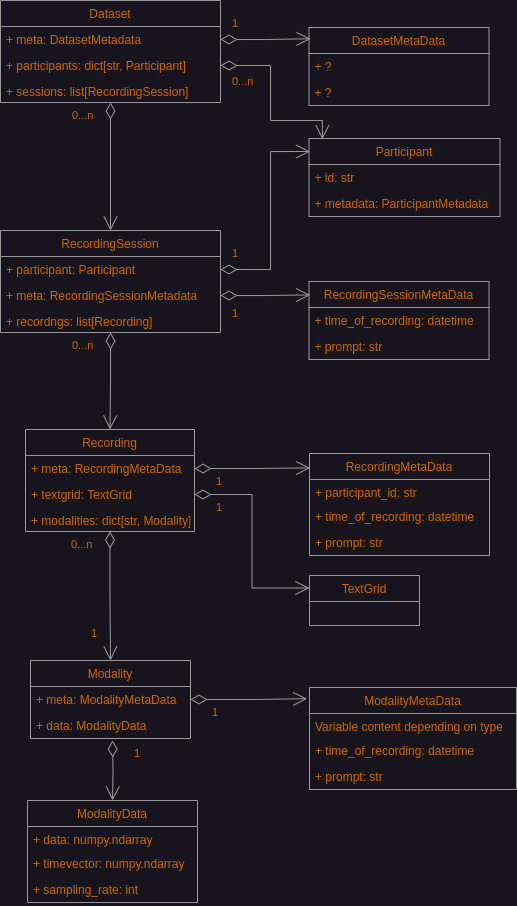
Before: docs/core_data_structures.drawio.png, a diagram exported from draw.io (giuthas/satkit). Source tidied: cells renumbered, new cells last; positions are measured from the earlier drawing's top-left corner, leaving out a move shared by most shapes.
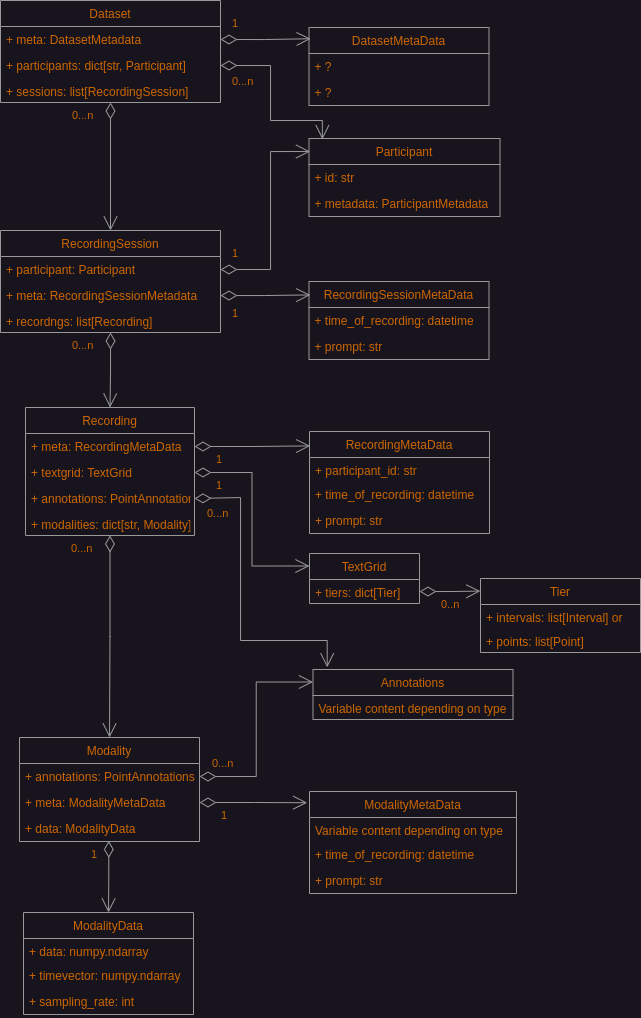
The same diagram one commit later.

Commit message:
Updated the core data structure docs and the database class docs.

What changed in the source:
```diff
@@ -3,7 +3,7 @@
     <mxCell id="0" />
     <mxCell id="1" parent="0" />
     <mxCell id="2" value="Recording" style="swimlane;fontStyle=0;horizontal=1;startSize=26;fillColor=none;labelBorderColor=none;fontColor=#CC6600;strokeColor=#999999;" parent="1" vertex="1">
-      <mxGeometry x="25" y="429" width="169" height="102" as="geometry" />
+      <mxGeometry x="25" y="407" width="169" height="128" as="geometry" />
     </mxCell>
     <mxCell id="3" value="+ meta: RecordingMetaData" style="text;strokeColor=none;fillColor=none;align=left;verticalAlign=top;spacingLeft=4;spacingRight=4;overflow=hidden;points=[[0,0.5],[1,0.5]];portConstraint=eastwest;labelBorderColor=none;fontColor=#CC6600;" parent="2" vertex="1">
       <mxGeometry y="26" width="169" height="26" as="geometry" />
@@ -11,20 +11,26 @@
     <mxCell id="4" value="+ textgrid: TextGrid" style="text;strokeColor=none;fillColor=none;align=left;verticalAlign=top;spacingLeft=4;spacingRight=4;overflow=hidden;points=[[0,0.5],[1,0.5]];portConstraint=eastwest;labelBorderColor=none;fontColor=#CC6600;snapToPoint=1;" parent="2" vertex="1">
       <mxGeometry y="52" width="169" height="26" as="geometry" />
     </mxCell>
+    <mxCell id="62" value="+ annotations: PointAnnotations" style="text;strokeColor=none;fillColor=none;align=left;verticalAlign=top;spacingLeft=4;spacingRight=4;overflow=hidden;points=[[0,0.5],[1,0.5]];portConstraint=eastwest;labelBorderColor=none;fontColor=#CC6600;" parent="2" vertex="1">
+      <mxGeometry y="78" width="169" height="26" as="geometry" />
+    </mxCell>
     <mxCell id="5" value="+ modalities: dict[str, Modality]" style="text;strokeColor=none;fillColor=none;align=left;verticalAlign=top;spacingLeft=4;spacingRight=4;overflow=hidden;labelBorderColor=none;fontColor=#CC6600;" parent="2" vertex="1">
-      <mxGeometry y="78" width="169" height="24" as="geometry" />
+      <mxGeometry y="104" width="169" height="24" as="geometry" />
     </mxCell>
     <mxCell id="6" value="Modality" style="swimlane;fontStyle=0;horizontal=1;startSize=26;fillColor=none;labelBorderColor=none;strokeColor=#999999;fontColor=#CC6600;" parent="1" vertex="1">
-      <mxGeometry x="30" y="660" width="160" height="78" as="geometry" />
+      <mxGeometry x="19" y="737" width="180" height="104" as="geometry" />
     </mxCell>
-    <mxCell id="7" value="+ meta: ModalityMetaData" style="text;strokeColor=none;fillColor=none;align=left;verticalAlign=top;spacingLeft=4;spacingRight=4;overflow=hidden;points=[[0,0.5],[1,0.5]];portConstraint=eastwest;labelBorderColor=none;fontColor=#CC6600;" parent="6" vertex="1">
-      <mxGeometry y="26" width="160" height="26" as="geometry" />
+    <mxCell id="7" value="+ annotations: PointAnnotations" style="text;strokeColor=none;fillColor=none;align=left;verticalAlign=top;spacingLeft=4;spacingRight=4;overflow=hidden;points=[[0,0.5],[1,0.5]];portConstraint=eastwest;labelBorderColor=none;fontColor=#CC6600;" parent="6" vertex="1">
+      <mxGeometry y="26" width="180" height="26" as="geometry" />
     </mxCell>
+    <mxCell id="63" value="+ meta: ModalityMetaData" style="text;strokeColor=none;fillColor=none;align=left;verticalAlign=top;spacingLeft=4;spacingRight=4;overflow=hidden;points=[[0,0.5],[1,0.5]];portConstraint=eastwest;labelBorderColor=none;fontColor=#CC6600;" parent="6" vertex="1">
+      <mxGeometry y="52" width="180" height="26" as="geometry" />
+    </mxCell>
     <mxCell id="8" value="+ data: ModalityData" style="text;strokeColor=none;fillColor=none;align=left;verticalAlign=top;spacingLeft=4;spacingRight=4;overflow=hidden;points=[[0,0.5],[1,0.5]];portConstraint=eastwest;labelBorderColor=none;fontColor=#CC6600;" parent="6" vertex="1">
-      <mxGeometry y="52" width="160" height="26" as="geometry" />
+      <mxGeometry y="78" width="180" height="26" as="geometry" />
     </mxCell>
     <mxCell id="9" value="ModalityData" style="swimlane;fontStyle=0;horizontal=1;startSize=26;fillColor=none;labelBorderColor=none;strokeColor=#999999;fontColor=#CC6600;" parent="1" vertex="1">
-      <mxGeometry x="27" y="800" width="170" height="102" as="geometry" />
+      <mxGeometry x="23" y="912" width="170" height="102" as="geometry" />
     </mxCell>
     <mxCell id="10" value="+ data: numpy.ndarray" style="text;strokeColor=none;fillColor=none;align=left;verticalAlign=top;spacingLeft=4;spacingRight=4;overflow=hidden;labelBorderColor=none;fontColor=#CC6600;" parent="9" vertex="1">
       <mxGeometry y="26" width="170" height="24" as="geometry" />
@@ -36,7 +42,7 @@
       <mxGeometry y="76" width="170" height="26" as="geometry" />
     </mxCell>
     <mxCell id="13" value="RecordingMetaData" style="swimlane;fontStyle=0;horizontal=1;startSize=26;fillColor=none;labelBorderColor=none;strokeColor=#999999;fontColor=#CC6600;" parent="1" vertex="1">
-      <mxGeometry x="309" y="453" width="180" height="102" as="geometry" />
+      <mxGeometry x="309" y="431" width="180" height="102" as="geometry" />
     </mxCell>
     <mxCell id="14" value="+ participant_id: str" style="text;strokeColor=none;fillColor=none;align=left;verticalAlign=top;spacingLeft=4;spacingRight=4;overflow=hidden;labelBorderColor=none;fontColor=#CC6600;" parent="13" vertex="1">
       <mxGeometry y="26" width="180" height="24" as="geometry" />
@@ -48,8 +54,11 @@
       <mxGeometry y="76" width="180" height="26" as="geometry" />
     </mxCell>
     <mxCell id="17" value="TextGrid" style="swimlane;fontStyle=0;horizontal=1;startSize=26;fillColor=none;labelBorderColor=none;strokeColor=#999999;fontColor=#CC6600;" parent="1" vertex="1">
-      <mxGeometry x="309" y="575" width="110" height="50" as="geometry" />
+      <mxGeometry x="309" y="553" width="110" height="50" as="geometry" />
     </mxCell>
+    <mxCell id="64" value="+ tiers: dict[Tier]" style="text;strokeColor=none;fillColor=none;align=left;verticalAlign=top;spacingLeft=4;spacingRight=4;overflow=hidden;points=[[0,0.5],[1,0.5]];portConstraint=eastwest;labelBorderColor=none;fontColor=#CC6600;" parent="17" vertex="1">
+      <mxGeometry y="26" width="110" height="24" as="geometry" />
+    </mxCell>
     <mxCell id="18" style="endArrow=open;html=1;endSize=12;startArrow=diamondThin;startSize=14;startFill=0;edgeStyle=orthogonalEdgeStyle;rounded=0;fontColor=#CC6600;exitX=1;exitY=0.5;exitDx=0;exitDy=0;entryX=0;entryY=0.25;entryDx=0;entryDy=0;strokeColor=#999999;" parent="1" edge="1" source="4" target="17">
       <mxGeometry relative="1" as="geometry" />
     </mxCell>
@@ -66,19 +75,6 @@
         <mxPoint x="-40" as="offset" />
       </mxGeometry>
     </mxCell>
-    <mxCell id="22" value="1" style="edgeLabel;html=1;align=left;verticalAlign=top;labelBorderColor=none;strokeColor=#999999;fontColor=#CC6600;fillColor=none;labelBackgroundColor=none;" parent="1" vertex="1">
-      <mxGeometry x="89" y="620" as="geometry" />
-    </mxCell>
-    <mxCell id="23" style="endArrow=open;html=1;endSize=12;startArrow=diamondThin;startSize=14;startFill=0;edgeStyle=orthogonalEdgeStyle;rounded=0;fontColor=#CC6600;entryX=0.5;entryY=0;entryDx=0;entryDy=0;strokeColor=#999999;" parent="1" edge="1" target="9">
-      <mxGeometry relative="1" as="geometry">
-        <mxPoint x="112" y="740" as="sourcePoint" />
-      </mxGeometry>
-    </mxCell>
-    <mxCell id="24" value="1" style="edgeLabel;html=1;align=left;verticalAlign=top;labelBorderColor=none;strokeColor=#999999;fontColor=#CC6600;fillColor=none;labelBackgroundColor=none;" parent="23" vertex="1">
-      <mxGeometry x="-1" relative="1" as="geometry">
-        <mxPoint x="20" as="offset" />
-      </mxGeometry>
-    </mxCell>
     <mxCell id="25" style="endArrow=open;html=1;endSize=12;startArrow=diamondThin;startSize=14;startFill=0;edgeStyle=orthogonalEdgeStyle;rounded=0;fontColor=#CC6600;entryX=0.004;entryY=0.141;entryDx=0;entryDy=0;strokeColor=#999999;exitX=1;exitY=0.5;exitDx=0;exitDy=0;entryPerimeter=0;" parent="1" edge="1" source="3" target="13">
       <mxGeometry relative="1" as="geometry" />
     </mxCell>
@@ -190,7 +186,7 @@
       <mxGeometry x="230" y="300" as="geometry" />
     </mxCell>
     <mxCell id="56" value="ModalityMetaData" style="swimlane;fontStyle=0;horizontal=1;startSize=26;fillColor=none;labelBorderColor=none;strokeColor=#999999;fontColor=#CC6600;" parent="1" vertex="1">
-      <mxGeometry x="309" y="687" width="207" height="102" as="geometry" />
+      <mxGeometry x="309" y="791" width="207" height="102" as="geometry" />
     </mxCell>
     <mxCell id="57" value="Variable content depending on type" style="text;strokeColor=none;fillColor=none;align=left;verticalAlign=top;spacingLeft=4;spacingRight=4;overflow=hidden;labelBorderColor=none;fontColor=#CC6600;" parent="56" vertex="1">
       <mxGeometry y="26" width="207" height="24" as="geometry" />
@@ -201,7 +197,7 @@
     <mxCell id="59" value="+ prompt: str" style="text;strokeColor=none;fillColor=none;align=left;verticalAlign=top;spacingLeft=4;spacingRight=4;overflow=hidden;labelBorderColor=none;fontColor=#CC6600;" parent="56" vertex="1">
       <mxGeometry y="76" width="207" height="26" as="geometry" />
     </mxCell>
-    <mxCell id="60" style="endArrow=open;html=1;endSize=12;startArrow=diamondThin;startSize=14;startFill=0;edgeStyle=orthogonalEdgeStyle;rounded=0;fontColor=#CC6600;entryX=-0.011;entryY=0.11;entryDx=0;entryDy=0;strokeColor=#999999;exitX=1;exitY=0.5;exitDx=0;exitDy=0;entryPerimeter=0;" parent="1" edge="1" source="7" target="56">
+    <mxCell id="60" style="endArrow=open;html=1;endSize=12;startArrow=diamondThin;startSize=14;startFill=0;edgeStyle=orthogonalEdgeStyle;rounded=0;fontColor=#CC6600;entryX=-0.011;entryY=0.11;entryDx=0;entryDy=0;strokeColor=#999999;exitX=1;exitY=0.5;exitDx=0;exitDy=0;entryPerimeter=0;" parent="1" edge="1" source="63" target="56">
       <mxGeometry relative="1" as="geometry" />
     </mxCell>
     <mxCell id="61" value="1" style="edgeLabel;html=1;align=left;verticalAlign=top;labelBorderColor=none;strokeColor=#999999;fontColor=#CC6600;fillColor=none;labelBackgroundColor=none;" parent="60" vertex="1">
@@ -209,5 +205,54 @@
         <mxPoint x="20" as="offset" />
       </mxGeometry>
     </mxCell>
+    <mxCell id="65" value="Tier" style="swimlane;fontStyle=0;horizontal=1;startSize=26;fillColor=none;labelBorderColor=none;strokeColor=#999999;fontColor=#CC6600;" parent="1" vertex="1">
+      <mxGeometry x="480" y="578" width="160" height="74" as="geometry" />
+    </mxCell>
+    <mxCell id="66" value="+ intervals: list[Interval] or" style="text;strokeColor=none;fillColor=none;align=left;verticalAlign=top;spacingLeft=4;spacingRight=4;overflow=hidden;labelBorderColor=none;fontColor=#CC6600;" parent="65" vertex="1">
+      <mxGeometry y="26" width="160" height="24" as="geometry" />
+    </mxCell>
+    <mxCell id="67" value="+ points: list[Point]" style="text;strokeColor=none;fillColor=none;align=left;verticalAlign=top;spacingLeft=4;spacingRight=4;overflow=hidden;labelBorderColor=none;fontColor=#CC6600;" parent="65" vertex="1">
+      <mxGeometry y="50" width="160" height="24" as="geometry" />
+    </mxCell>
+    <mxCell id="68" style="endArrow=open;html=1;endSize=12;startArrow=diamondThin;startSize=14;startFill=0;edgeStyle=orthogonalEdgeStyle;rounded=0;fontColor=#CC6600;exitX=1;exitY=0.5;exitDx=0;exitDy=0;entryX=-0.001;entryY=0.17;entryDx=0;entryDy=0;strokeColor=#999999;entryPerimeter=0;" parent="1" edge="1" source="64" target="65">
+      <mxGeometry relative="1" as="geometry" />
+    </mxCell>
+    <mxCell id="69" value="0..n" style="edgeLabel;html=1;align=left;verticalAlign=top;labelBorderColor=none;strokeColor=#999999;fontColor=#CC6600;fillColor=none;labelBackgroundColor=none;" parent="68" vertex="1">
+      <mxGeometry x="-1" relative="1" as="geometry">
+        <mxPoint x="20" as="offset" />
+      </mxGeometry>
+    </mxCell>
+    <mxCell id="70" value="Annotations" style="swimlane;fontStyle=0;horizontal=1;startSize=26;fillColor=none;labelBorderColor=none;strokeColor=#999999;fontColor=#CC6600;" parent="1" vertex="1">
+      <mxGeometry x="312.5" y="669" width="200" height="50" as="geometry" />
+    </mxCell>
+    <mxCell id="71" value="Variable content depending on type" style="text;strokeColor=none;fillColor=none;align=left;verticalAlign=top;spacingLeft=4;spacingRight=4;overflow=hidden;labelBorderColor=none;fontColor=#CC6600;" parent="70" vertex="1">
+      <mxGeometry y="26" width="200" height="24" as="geometry" />
+    </mxCell>
+    <mxCell id="72" style="endArrow=open;html=1;endSize=12;startArrow=diamondThin;startSize=14;startFill=0;edgeStyle=orthogonalEdgeStyle;rounded=0;fontColor=#CC6600;strokeColor=#999999;exitX=1;exitY=0.5;exitDx=0;exitDy=0;entryX=0;entryY=0.25;entryDx=0;entryDy=0;" parent="1" edge="1" source="7" target="70">
+      <mxGeometry relative="1" as="geometry" />
+    </mxCell>
+    <mxCell id="73" value="0...n" style="edgeLabel;html=1;align=left;verticalAlign=top;labelBorderColor=none;strokeColor=#999999;fontColor=#CC6600;fillColor=none;labelBackgroundColor=none;" parent="1" vertex="1">
+      <mxGeometry x="210" y="750" as="geometry" />
+    </mxCell>
+    <mxCell id="74" style="endArrow=open;html=1;endSize=12;startArrow=diamondThin;startSize=14;startFill=0;edgeStyle=orthogonalEdgeStyle;rounded=0;fontColor=#CC6600;strokeColor=#999999;exitX=1;exitY=0.5;exitDx=0;exitDy=0;entryX=0.071;entryY=-0.044;entryDx=0;entryDy=0;entryPerimeter=0;" parent="1" edge="1" source="62" target="70">
+      <mxGeometry relative="1" as="geometry">
+        <Array as="points">
+          <mxPoint x="240" y="497" />
+          <mxPoint x="240" y="640" />
+          <mxPoint x="327" y="640" />
+        </Array>
+      </mxGeometry>
+    </mxCell>
+    <mxCell id="75" value="0...n" style="edgeLabel;html=1;align=left;verticalAlign=top;labelBorderColor=none;strokeColor=#999999;fontColor=#CC6600;fillColor=none;labelBackgroundColor=none;" parent="1" vertex="1">
+      <mxGeometry x="205" y="500" as="geometry" />
+    </mxCell>
+    <mxCell id="76" style="endArrow=open;html=1;endSize=12;startArrow=diamondThin;startSize=14;startFill=0;edgeStyle=orthogonalEdgeStyle;rounded=0;fontColor=#CC6600;entryX=0.5;entryY=0;entryDx=0;entryDy=0;strokeColor=#999999;exitX=0.496;exitY=0.977;exitDx=0;exitDy=0;exitPerimeter=0;" parent="1" edge="1" source="8" target="9">
+      <mxGeometry relative="1" as="geometry" />
+    </mxCell>
+    <mxCell id="77" value="1" style="edgeLabel;html=1;align=left;verticalAlign=top;labelBorderColor=none;strokeColor=#999999;fontColor=#CC6600;fillColor=none;labelBackgroundColor=none;" parent="76" vertex="1">
+      <mxGeometry x="-1" relative="1" as="geometry">
+        <mxPoint x="-19" y="1" as="offset" />
+      </mxGeometry>
+    </mxCell>
   </root>
 </mxGraphModel>
```
